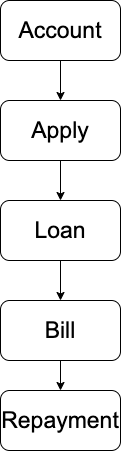
a490888602/draw keeps this draw.io diagram as three.drawio.png. Above is the earlier version. Source tidied: cells renumbered, new cells last; positions are measured from the earlier drawing's top-left corner, leaving out a move shared by most shapes.
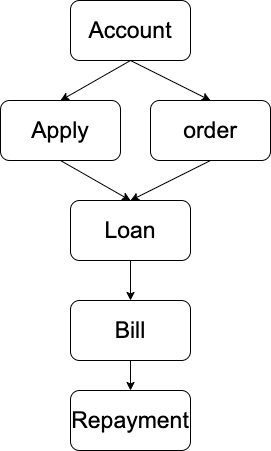
The same file after the commit.

The edit, as a diff of the source:
```diff
@@ -2,17 +2,11 @@
   <root>
     <mxCell id="0" />
     <mxCell id="1" parent="0" />
-    <mxCell id="2" style="edgeStyle=orthogonalEdgeStyle;rounded=0;jettySize=auto;html=1;" parent="1" edge="1" source="3" target="5">
-      <mxGeometry relative="1" as="geometry" />
-    </mxCell>
     <mxCell id="3" value="&lt;p style=&quot;margin: 0px; font-variant-numeric: normal; font-variant-east-asian: normal; font-stretch: normal; line-height: normal; font-family: Arial; -webkit-text-stroke-color: rgb(0, 0, 0);&quot; class=&quot;p1&quot;&gt;&lt;span style=&quot;font-variant-ligatures: no-common-ligatures;&quot; class=&quot;s1&quot;&gt;&lt;font style=&quot;font-size: 23px;&quot;&gt;Account&lt;/font&gt;&lt;/span&gt;&lt;/p&gt;" style="rounded=1;whiteSpace=wrap;html=1;" parent="1" vertex="1">
       <mxGeometry width="120" height="60" as="geometry" />
     </mxCell>
-    <mxCell id="4" style="edgeStyle=orthogonalEdgeStyle;rounded=0;jettySize=auto;html=1;" parent="1" edge="1" source="5" target="7">
-      <mxGeometry relative="1" as="geometry" />
-    </mxCell>
     <mxCell id="5" value="&lt;p style=&quot;margin: 0px; font-variant-numeric: normal; font-variant-east-asian: normal; font-stretch: normal; line-height: normal; font-family: Arial; -webkit-text-stroke-color: rgb(0, 0, 0);&quot; class=&quot;p1&quot;&gt;&lt;span style=&quot;font-variant-ligatures: no-common-ligatures;&quot; class=&quot;s1&quot;&gt;&lt;font style=&quot;font-size: 23px;&quot;&gt;Apply&lt;/font&gt;&lt;/span&gt;&lt;/p&gt;" style="whiteSpace=wrap;html=1;rounded=1;" parent="1" vertex="1">
-      <mxGeometry y="100" width="120" height="60" as="geometry" />
+      <mxGeometry x="-70" y="100" width="120" height="60" as="geometry" />
     </mxCell>
     <mxCell id="6" style="edgeStyle=orthogonalEdgeStyle;rounded=0;jettySize=auto;html=1;" parent="1" edge="1" source="7" target="9">
       <mxGeometry relative="1" as="geometry" />
@@ -29,5 +23,22 @@
     <mxCell id="10" value="&lt;p style=&quot;margin: 0px; font-variant-numeric: normal; font-variant-east-asian: normal; font-stretch: normal; line-height: normal; font-family: Arial; -webkit-text-stroke-color: rgb(0, 0, 0);&quot; class=&quot;p1&quot;&gt;&lt;span style=&quot;font-variant-ligatures: no-common-ligatures;&quot; class=&quot;s1&quot;&gt;&lt;font style=&quot;font-size: 23px;&quot;&gt;Repayment&lt;/font&gt;&lt;/span&gt;&lt;/p&gt;" style="whiteSpace=wrap;html=1;rounded=1;" parent="1" vertex="1">
       <mxGeometry y="390" width="120" height="60" as="geometry" />
     </mxCell>
+    <mxCell id="11" value="&lt;p style=&quot;margin: 0px; font-variant-numeric: normal; font-variant-east-asian: normal; font-stretch: normal; line-height: normal; font-family: Arial; -webkit-text-stroke-color: rgb(0, 0, 0);&quot; class=&quot;p1&quot;&gt;&lt;span style=&quot;font-variant-ligatures: no-common-ligatures;&quot; class=&quot;s1&quot;&gt;&lt;font style=&quot;font-size: 23px;&quot;&gt;order&lt;/font&gt;&lt;/span&gt;&lt;/p&gt;" style="whiteSpace=wrap;html=1;rounded=1;" parent="1" vertex="1">
+      <mxGeometry x="80" y="100" width="120" height="60" as="geometry" />
+    </mxCell>
+    <mxCell id="4" style="endArrow=classic;html=1;rounded=0;exitX=0.5;exitY=1;exitDx=0;exitDy=0;entryX=0.5;entryY=0;entryDx=0;entryDy=0;" parent="1" edge="1" source="5" target="7">
+      <mxGeometry relative="1" as="geometry" />
+    </mxCell>
+    <mxCell id="12" style="endArrow=classic;html=1;rounded=0;exitX=0.5;exitY=1;exitDx=0;exitDy=0;entryX=0.5;entryY=0;entryDx=0;entryDy=0;" parent="1" edge="1" source="11" target="7">
+      <mxGeometry relative="1" as="geometry" />
+    </mxCell>
+    <mxCell id="2" style="endArrow=classic;html=1;rounded=0;exitX=0.5;exitY=1;exitDx=0;exitDy=0;entryX=0.5;entryY=0;entryDx=0;entryDy=0;" parent="1" edge="1" source="3" target="5">
+      <mxGeometry relative="1" as="geometry" />
+    </mxCell>
+    <mxCell id="13" style="endArrow=classic;html=1;rounded=0;entryX=0.5;entryY=0;entryDx=0;entryDy=0;" parent="1" edge="1" target="11">
+      <mxGeometry relative="1" as="geometry">
+        <mxPoint x="60" y="60" as="sourcePoint" />
+      </mxGeometry>
+    </mxCell>
   </root>
 </mxGraphModel>
```
